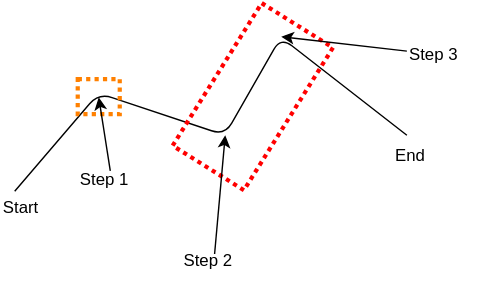
This is Documentation/Assets/Step by step algorithm.svg from superjojo140/superbike, a draw.io export, as it was before one commit. Source tidied: cells renumbered, new cells last; positions are measured from the earlier drawing's top-left corner, leaving out a move shared by most shapes.
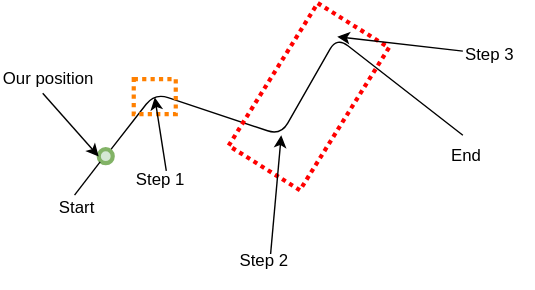
Later version of the same file.

Diff of the diagram source:
```diff
@@ -2,9 +2,8 @@
   <root>
     <mxCell id="0" />
     <mxCell id="1" parent="0" />
-    <mxCell id="2" style="endArrow=none;html=1;" parent="1" edge="1">
+    <mxCell id="2" style="endArrow=none;html=1;" parent="1" edge="1" source="13">
       <mxGeometry relative="1" as="geometry">
-        <mxPoint x="10" y="110" as="sourcePoint" />
         <mxPoint x="290" y="70" as="targetPoint" />
         <Array as="points">
           <mxPoint x="70" y="40" />
@@ -47,5 +46,21 @@
     <mxCell id="12" value="Step 3&lt;br&gt;" style="text;html=1;align=left;verticalAlign=top;spacingTop=-4;" parent="1" vertex="1">
       <mxGeometry x="290" y="2.5" width="50" height="20" as="geometry" />
     </mxCell>
+    <mxCell id="13" style="ellipse;whiteSpace=wrap;html=1;strokeColor=#82b366;strokeWidth=3;fillColor=#d5e8d4;" parent="1" vertex="1">
+      <mxGeometry x="30" y="80" width="10" height="10" as="geometry" />
+    </mxCell>
+    <mxCell id="14" style="endArrow=none;html=1;exitX=0.314;exitY=0.042;exitPerimeter=0;" parent="1" edge="1" source="3">
+      <mxGeometry relative="1" as="geometry">
+        <mxPoint x="31" y="89" as="targetPoint" />
+      </mxGeometry>
+    </mxCell>
+    <mxCell id="15" style="endArrow=classic;html=1;entryX=0;entryY=0.5;" parent="1" edge="1" target="13">
+      <mxGeometry relative="1" as="geometry">
+        <mxPoint x="-10" y="40" as="sourcePoint" />
+      </mxGeometry>
+    </mxCell>
+    <mxCell id="16" value="Our position" style="text;html=1;align=left;verticalAlign=top;spacingTop=-4;" parent="1" vertex="1">
+      <mxGeometry x="-40" y="20" width="80" height="20" as="geometry" />
+    </mxCell>
   </root>
 </mxGraphModel>
```
